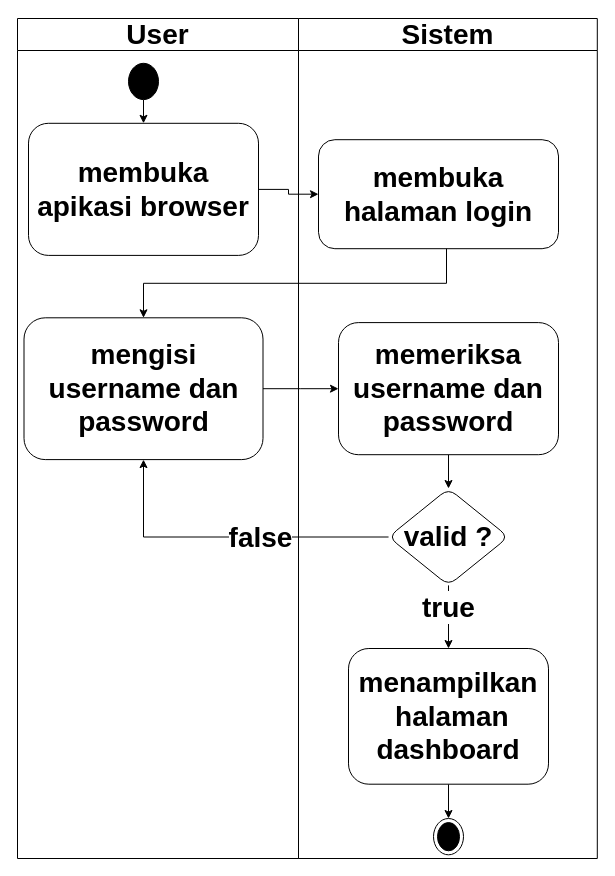
alinurd/simpanPinjam keeps this draw.io diagram as page "Activity Login" (7 of 43) of public/Untitled Diagram.drawio. Above is the earlier version. Source tidied: cells renumbered, new cells numbered last; positions are measured from the earlier drawing's top-left corner, leaving out a move shared by most shapes. Both pictures are drawn from the tidied source at 100%, with x=0, y=0 at pixel (17, 18).
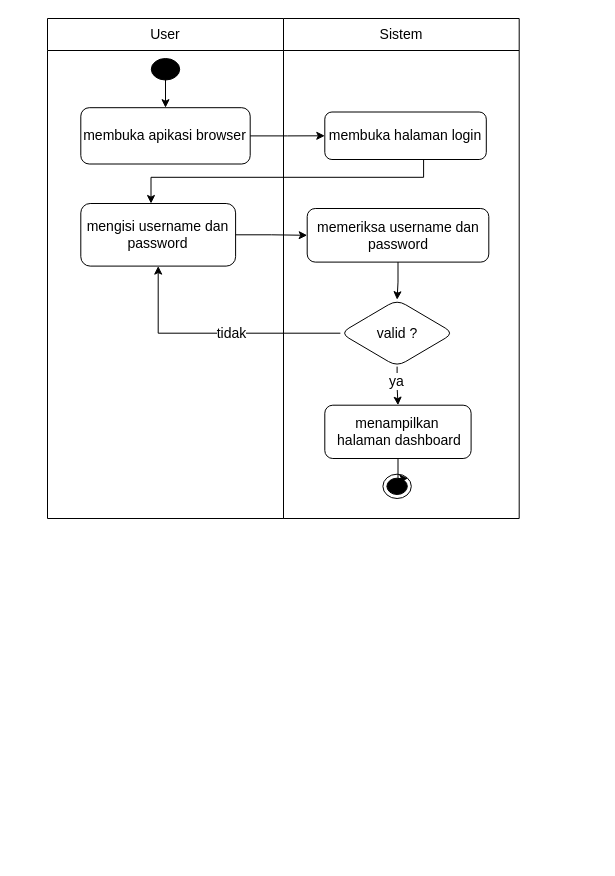
After the change.

Diff of the diagram source:
```diff
@@
-    <mxCell id="2" style="group;fontSize=28;fontStyle=1;" parent="1" vertex="1">
-      <mxGeometry width="579.8" height="840" as="geometry" />
+    <mxCell id="2" style="group;fontSize=14;fontStyle=0;" parent="1" vertex="1">
+      <mxGeometry width="548.8" height="580" as="geometry" />
     </mxCell>
-    <mxCell id="3" value="User" style="swimlane;whiteSpace=wrap;html=1;fontSize=28;fontStyle=1;startSize=32;" parent="2" vertex="1">
-      <mxGeometry width="281" height="840" as="geometry" />
+    <mxCell id="3" value="User" style="swimlane;whiteSpace=wrap;html=1;fontSize=14;fontStyle=0;startSize=32;" parent="2" vertex="1">
+      <mxGeometry x="30" width="236" height="500" as="geometry" />
     </mxCell>
-    <mxCell id="4" value="membuka apikasi browser" style="rounded=1;whiteSpace=wrap;html=1;fontSize=28;fontStyle=1;" parent="3" vertex="1">
-      <mxGeometry x="11" y="104.8" width="230" height="132.1" as="geometry" />
+    <mxCell id="4" value="membuka apikasi browser" style="rounded=1;whiteSpace=wrap;html=1;fontSize=14;fontStyle=0;" parent="3" vertex="1">
+      <mxGeometry x="33.3" y="89.2" width="169.4" height="56.3" as="geometry" />
     </mxCell>
-    <mxCell id="5" value="mengisi username dan password" style="rounded=1;whiteSpace=wrap;html=1;fontSize=28;fontStyle=1;" parent="3" vertex="1">
-      <mxGeometry x="6.5" y="299.3" width="239" height="141.8" as="geometry" />
+    <mxCell id="5" value="mengisi username dan password" style="rounded=1;whiteSpace=wrap;html=1;fontSize=14;fontStyle=0;" parent="3" vertex="1">
+      <mxGeometry x="33.3" y="185" width="154.8" height="62.6" as="geometry" />
     </mxCell>
-    <mxCell id="6" style="edgeStyle=orthogonalEdgeStyle;rounded=0;jettySize=auto;html=1;" parent="3" edge="1" source="7" target="4">
+    <mxCell id="6" style="edgeStyle=orthogonalEdgeStyle;rounded=0;jettySize=auto;html=1;fontSize=14;fontStyle=0;" parent="3" edge="1" source="7" target="4">
       <mxGeometry relative="1" as="geometry" />
     </mxCell>
-    <mxCell id="7" style="ellipse;fillColor=strokeColor;html=1;fontSize=28;fontStyle=1;" parent="3" vertex="1">
-      <mxGeometry x="111" y="44.8" width="30" height="36.3" as="geometry" />
+    <mxCell id="7" style="ellipse;fillColor=strokeColor;html=1;fontSize=14;fontStyle=0;" parent="3" vertex="1">
+      <mxGeometry x="103.8" y="40" width="28.4" height="21.5" as="geometry" />
     </mxCell>
-    <mxCell id="8" value="Sistem" style="swimlane;whiteSpace=wrap;html=1;fontSize=28;fontStyle=1;startSize=32;" parent="2" vertex="1">
-      <mxGeometry x="281" width="298.8" height="840" as="geometry" />
+    <mxCell id="8" value="Sistem" style="swimlane;whiteSpace=wrap;html=1;fontSize=14;fontStyle=0;startSize=32;" parent="2" vertex="1">
+      <mxGeometry x="266" width="235.7" height="500" as="geometry" />
     </mxCell>
-    <mxCell id="9" value="membuka halaman login" style="rounded=1;whiteSpace=wrap;html=1;fontSize=28;fontStyle=1;" parent="8" vertex="1">
-      <mxGeometry x="20" y="121.2" width="240" height="109" as="geometry" />
+    <mxCell id="9" value="membuka halaman login" style="rounded=1;whiteSpace=wrap;html=1;fontSize=14;fontStyle=0;" parent="8" vertex="1">
+      <mxGeometry x="41.3" y="93.5" width="161.5" height="47.5" as="geometry" />
     </mxCell>
-    <mxCell id="10" style="edgeStyle=orthogonalEdgeStyle;rounded=0;jettySize=auto;html=1;fontSize=28;fontStyle=1;" parent="8" edge="1" source="11" target="14">
+    <mxCell id="10" style="edgeStyle=orthogonalEdgeStyle;rounded=0;jettySize=auto;html=1;fontSize=14;fontStyle=0;" parent="8" edge="1" source="11" target="14">
       <mxGeometry relative="1" as="geometry" />
     </mxCell>
-    <mxCell id="11" value="memeriksa username dan password" style="rounded=1;whiteSpace=wrap;html=1;fontSize=28;fontStyle=1;" parent="8" vertex="1">
-      <mxGeometry x="40" y="304.1" width="220" height="132.1" as="geometry" />
+    <mxCell id="11" value="memeriksa username dan password" style="rounded=1;whiteSpace=wrap;html=1;fontSize=14;fontStyle=0;" parent="8" vertex="1">
+      <mxGeometry x="23.7" y="190" width="181.6" height="53.6" as="geometry" />
     </mxCell>
-    <mxCell id="12" style="edgeStyle=orthogonalEdgeStyle;rounded=0;jettySize=auto;html=1;fontSize=28;fontStyle=1;" parent="8" edge="1" source="14" target="16">
+    <mxCell id="12" style="edgeStyle=orthogonalEdgeStyle;rounded=0;jettySize=auto;html=1;fontSize=14;fontStyle=0;" parent="8" edge="1" source="14" target="16">
       <mxGeometry relative="1" as="geometry" />
     </mxCell>
-    <mxCell id="13" value="true" style="edgeLabel;html=1;align=center;verticalAlign=middle;fontSize=28;fontStyle=1;" parent="12" vertex="1">
+    <mxCell id="13" value="ya" style="edgeLabel;html=1;align=center;verticalAlign=middle;fontSize=14;fontStyle=0;" parent="12" vertex="1">
       <mxGeometry x="-0.29" y="-1" relative="1" as="geometry" />
     </mxCell>
-    <mxCell id="14" value="valid ?" style="rhombus;whiteSpace=wrap;html=1;rounded=1;fontSize=28;fontStyle=1;" parent="8" vertex="1">
-      <mxGeometry x="90" y="470" width="120" height="96.9" as="geometry" />
+    <mxCell id="14" value="valid ?" style="rhombus;whiteSpace=wrap;html=1;rounded=1;fontSize=14;fontStyle=0;" parent="8" vertex="1">
+      <mxGeometry x="56.8" y="281.2" width="113.6" height="66.9" as="geometry" />
     </mxCell>
-    <mxCell id="15" style="edgeStyle=orthogonalEdgeStyle;rounded=0;jettySize=auto;html=1;fontSize=28;fontStyle=1;" parent="8" edge="1" source="16" target="17">
+    <mxCell id="15" style="edgeStyle=orthogonalEdgeStyle;rounded=0;jettySize=auto;html=1;fontSize=14;fontStyle=0;" parent="8" edge="1" source="16" target="17">
       <mxGeometry relative="1" as="geometry" />
     </mxCell>
-    <mxCell id="16" value="menampilkan&lt;br style=&quot;font-size: 28px;&quot;&gt;&amp;nbsp;halaman dashboard" style="whiteSpace=wrap;html=1;rounded=1;fontSize=28;fontStyle=1;" parent="8" vertex="1">
-      <mxGeometry x="50" y="630" width="200" height="135.7" as="geometry" />
+    <mxCell id="16" value="menampilkan&lt;br style=&quot;font-size: 14px;&quot;&gt;&amp;nbsp;halaman dashboard" style="whiteSpace=wrap;html=1;rounded=1;fontSize=14;fontStyle=0;" parent="8" vertex="1">
+      <mxGeometry x="41.3" y="386.7" width="146.3" height="53.3" as="geometry" />
     </mxCell>
-    <mxCell id="17" style="ellipse;html=1;shape=endState;fillColor=strokeColor;fontSize=28;fontStyle=1;" parent="8" vertex="1">
-      <mxGeometry x="135" y="800" width="30" height="36.3" as="geometry" />
+    <mxCell id="17" style="ellipse;html=1;shape=endState;fillColor=strokeColor;fontSize=14;fontStyle=0;" parent="8" vertex="1">
+      <mxGeometry x="99.4" y="455.7" width="28.4" height="24.3" as="geometry" />
     </mxCell>
-    <mxCell id="18" style="edgeStyle=orthogonalEdgeStyle;rounded=0;jettySize=auto;html=1;fontSize=28;fontStyle=1;" parent="2" edge="1" source="4" target="9">
+    <mxCell id="18" style="edgeStyle=orthogonalEdgeStyle;rounded=0;jettySize=auto;html=1;fontSize=14;fontStyle=0;" parent="2" edge="1" source="4" target="9">
       <mxGeometry relative="1" as="geometry" />
     </mxCell>
-    <mxCell id="19" style="edgeStyle=orthogonalEdgeStyle;rounded=0;jettySize=auto;html=1;fontSize=28;fontStyle=1;" parent="2" edge="1" source="9" target="5">
+    <mxCell id="19" style="edgeStyle=orthogonalEdgeStyle;rounded=0;jettySize=auto;html=1;fontSize=14;fontStyle=0;" parent="2" edge="1" source="9" target="5">
       <mxGeometry relative="1" as="geometry">
         <Array as="points">
-          <mxPoint x="429" y="264.8" />
-          <mxPoint x="126" y="264.8" />
+          <mxPoint x="406.1" y="158.8" />
+          <mxPoint x="133.5" y="158.8" />
         </Array>
       </mxGeometry>
     </mxCell>
-    <mxCell id="20" style="edgeStyle=orthogonalEdgeStyle;rounded=0;jettySize=auto;html=1;entryX=0.5;entryY=1;entryDx=0;entryDy=0;fontSize=28;fontStyle=1;" parent="2" edge="1" source="14" target="5">
+    <mxCell id="20" style="edgeStyle=orthogonalEdgeStyle;rounded=0;jettySize=auto;html=1;entryX=0.5;entryY=1;entryDx=0;entryDy=0;fontSize=14;fontStyle=0;" parent="2" edge="1" source="14" target="5">
       <mxGeometry relative="1" as="geometry" />
     </mxCell>
-    <mxCell id="21" value="false" style="edgeLabel;html=1;align=center;verticalAlign=middle;fontSize=28;fontStyle=1;" parent="20" vertex="1">
+    <mxCell id="21" value="tidak" style="edgeLabel;html=1;align=center;verticalAlign=middle;fontSize=14;fontStyle=0;" parent="20" vertex="1">
       <mxGeometry x="-0.44" y="1" relative="1" as="geometry">
         <mxPoint x="-39" y="-1" as="offset" />
       </mxGeometry>
     </mxCell>
-    <mxCell id="22" style="edgeStyle=orthogonalEdgeStyle;rounded=0;jettySize=auto;html=1;" parent="2" edge="1" source="5" target="11">
+    <mxCell id="22" style="edgeStyle=orthogonalEdgeStyle;rounded=0;jettySize=auto;html=1;fontSize=14;fontStyle=0;" parent="2" edge="1" source="5" target="11">
       <mxGeometry relative="1" as="geometry" />
     </mxCell>
```
